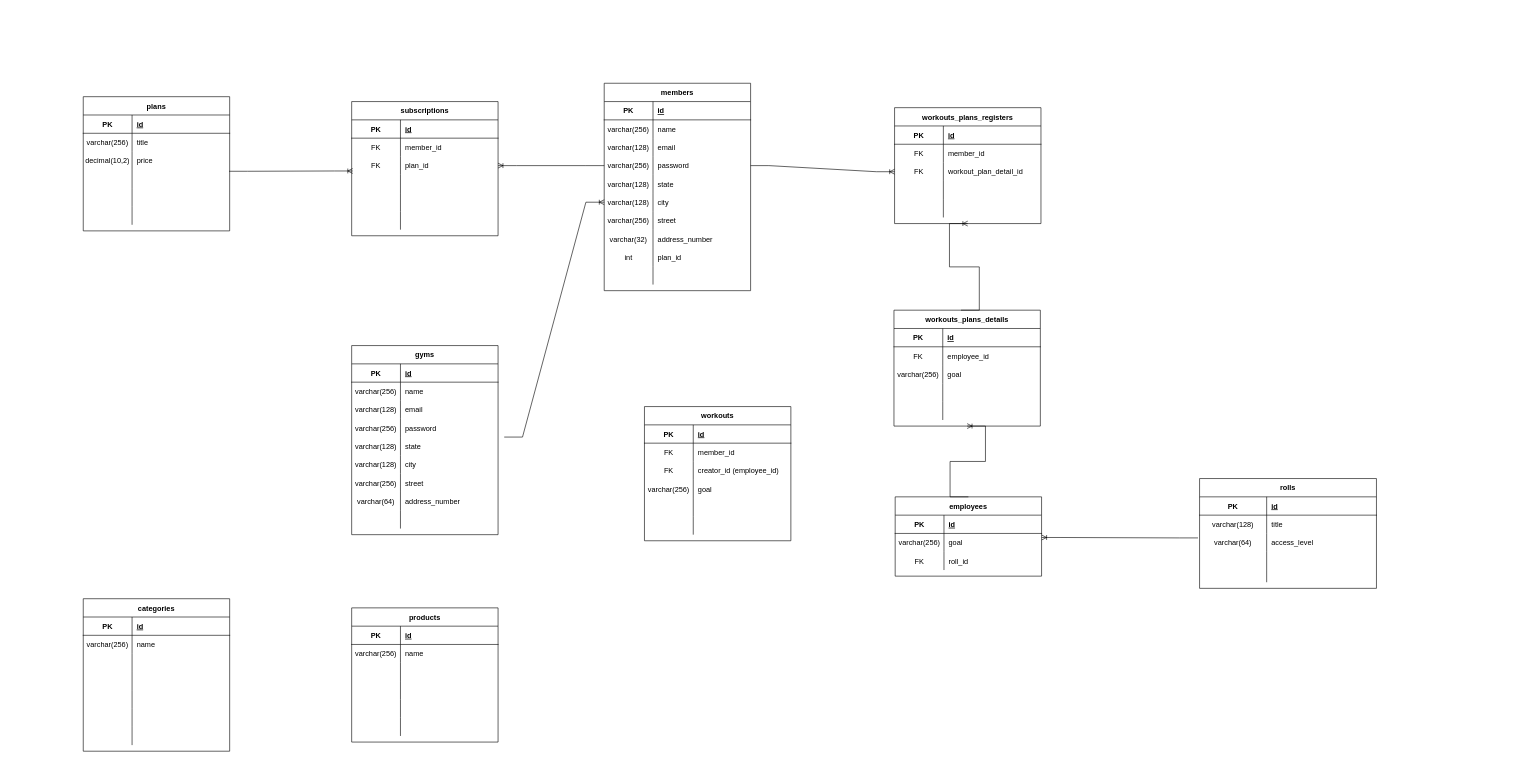
The draw.io diagram DER/der-draw-io.drawio in trainya-app/diagrams, before the edit. Source tidied: cells renumbered, new cells numbered last; positions are measured from the earlier drawing's top-left corner, leaving out a move shared by most shapes. Both pictures are drawn from the tidied source at 61%, with x=0, y=0 at pixel (83, 83).
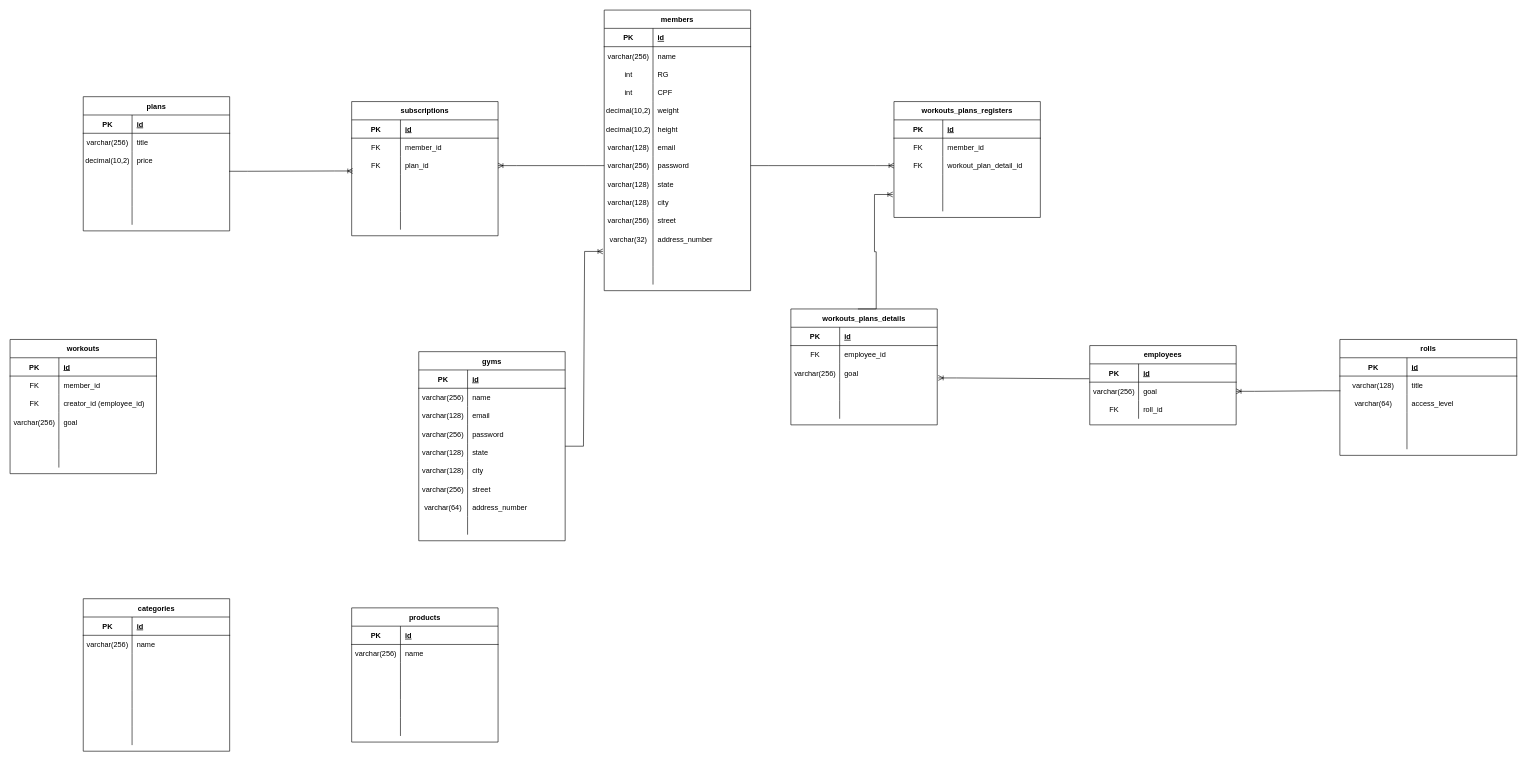
The same diagram, later.

The change refers to these unchanged cells:
```xml
<mxCell id="15" style="shape=tableRow;horizontal=0;startSize=0;swimlaneHead=0;swimlaneBody=0;fillColor=none;points=[[0,0.5],[1,0.5]];portConstraint=eastwest;top=0;left=0;right=0;bottom=0;" parent="2" vertex="1">
  <mxGeometry y="150" width="240" height="30" as="geometry" />
</mxCell>
<mxCell id="68" style="shape=tableRow;horizontal=0;startSize=0;swimlaneHead=0;swimlaneBody=0;fillColor=none;points=[[0,0.5],[1,0.5]];portConstraint=eastwest;top=0;left=0;right=0;bottom=0;" parent="61" vertex="1">
  <mxGeometry y="90" width="240" height="30" as="geometry" />
</mxCell>
<mxCell id="79" style="shape=tableRow;horizontal=0;startSize=0;swimlaneHead=0;swimlaneBody=0;fillColor=none;points=[[0,0.5],[1,0.5]];portConstraint=eastwest;top=0;left=0;right=0;bottom=1;" parent="78" vertex="1">
  <mxGeometry y="30" width="240" height="30" as="geometry" />
</mxCell>
<mxCell id="82" style="shape=tableRow;horizontal=0;startSize=0;swimlaneHead=0;swimlaneBody=0;fillColor=none;points=[[0,0.5],[1,0.5]];portConstraint=eastwest;top=0;left=0;right=0;bottom=0;" parent="78" vertex="1">
  <mxGeometry y="60" width="240" height="30" as="geometry" />
</mxCell>
<mxCell id="95" style="shape=tableRow;horizontal=0;startSize=0;swimlaneHead=0;swimlaneBody=0;fillColor=none;points=[[0,0.5],[1,0.5]];portConstraint=eastwest;top=0;left=0;right=0;bottom=0;" parent="88" vertex="1">
  <mxGeometry y="90" width="290" height="30" as="geometry" />
</mxCell>
<mxCell id="176" style="shape=tableRow;horizontal=0;startSize=0;swimlaneHead=0;swimlaneBody=0;fillColor=none;points=[[0,0.5],[1,0.5]];portConstraint=eastwest;top=0;left=0;right=0;bottom=0;" parent="163" vertex="1">
  <mxGeometry y="150" width="240" height="30" as="geometry" />
</mxCell>
```

The edit, as a diff of the source:
```diff
@@
     <mxCell id="2" value="gyms" style="shape=table;startSize=30;childLayout=tableLayout;rowLines=0;fontStyle=1;align=center;" parent="1" vertex="1">
-      <mxGeometry x="440" y="430" width="240" height="310" as="geometry" />
+      <mxGeometry x="550" y="440" width="240" height="310" as="geometry" />
     </mxCell>
@@
     <mxCell id="30" value="members" style="shape=table;startSize=30;childLayout=tableLayout;rowLines=0;fontStyle=1;align=center;" parent="1" vertex="1">
-      <mxGeometry x="854" width="240" height="340" as="geometry" />
+      <mxGeometry x="854" y="-120" width="240" height="460" as="geometry" />
     </mxCell>
@@
+    <mxCell id="224" style="shape=tableRow;horizontal=0;startSize=0;swimlaneHead=0;swimlaneBody=0;fillColor=none;top=0;left=0;right=0;bottom=0;" parent="30" vertex="1">
+      <mxGeometry y="90" width="240" height="30" as="geometry" />
+    </mxCell>
+    <mxCell id="225" value="int" style="shape=partialRectangle;fillColor=none;top=0;left=0;bottom=0;right=0;overflow=hidden;" parent="224" vertex="1">
+      <mxGeometry width="80" height="30" as="geometry" />
+    </mxCell>
+    <mxCell id="226" value="RG" style="shape=partialRectangle;fillColor=none;top=0;left=0;bottom=0;right=0;align=left;spacingLeft=6;overflow=hidden;" parent="224" vertex="1">
+      <mxGeometry x="80" width="160" height="30" as="geometry" />
+    </mxCell>
+    <mxCell id="227" style="shape=tableRow;horizontal=0;startSize=0;swimlaneHead=0;swimlaneBody=0;fillColor=none;top=0;left=0;right=0;bottom=0;" parent="30" vertex="1">
+      <mxGeometry y="120" width="240" height="30" as="geometry" />
+    </mxCell>
+    <mxCell id="228" value="int" style="shape=partialRectangle;fillColor=none;top=0;left=0;bottom=0;right=0;overflow=hidden;" parent="227" vertex="1">
+      <mxGeometry width="80" height="30" as="geometry" />
+    </mxCell>
+    <mxCell id="229" value="CPF" style="shape=partialRectangle;fillColor=none;top=0;left=0;bottom=0;right=0;align=left;spacingLeft=6;overflow=hidden;" parent="227" vertex="1">
+      <mxGeometry x="80" width="160" height="30" as="geometry" />
+    </mxCell>
+    <mxCell id="230" style="shape=tableRow;horizontal=0;startSize=0;swimlaneHead=0;swimlaneBody=0;fillColor=none;top=0;left=0;right=0;bottom=0;" parent="30" vertex="1">
+      <mxGeometry y="150" width="240" height="30" as="geometry" />
+    </mxCell>
+    <mxCell id="231" value="decimal(10,2)" style="shape=partialRectangle;fillColor=none;top=0;left=0;bottom=0;right=0;overflow=hidden;" parent="230" vertex="1">
+      <mxGeometry width="80" height="30" as="geometry" />
+    </mxCell>
+    <mxCell id="232" value="weight" style="shape=partialRectangle;fillColor=none;top=0;left=0;bottom=0;right=0;align=left;spacingLeft=6;overflow=hidden;" parent="230" vertex="1">
+      <mxGeometry x="80" width="160" height="30" as="geometry" />
+    </mxCell>
+    <mxCell id="233" style="shape=tableRow;horizontal=0;startSize=0;swimlaneHead=0;swimlaneBody=0;fillColor=none;top=0;left=0;right=0;bottom=0;" parent="30" vertex="1">
+      <mxGeometry y="180" width="240" height="30" as="geometry" />
+    </mxCell>
+    <mxCell id="234" value="decimal(10,2)" style="shape=partialRectangle;fillColor=none;top=0;left=0;bottom=0;right=0;overflow=hidden;" parent="233" vertex="1">
+      <mxGeometry width="80" height="30" as="geometry" />
+    </mxCell>
+    <mxCell id="235" value="height" style="shape=partialRectangle;fillColor=none;top=0;left=0;bottom=0;right=0;align=left;spacingLeft=6;overflow=hidden;" parent="233" vertex="1">
+      <mxGeometry x="80" width="160" height="30" as="geometry" />
+    </mxCell>
     <mxCell id="37" style="shape=tableRow;horizontal=0;startSize=0;swimlaneHead=0;swimlaneBody=0;fillColor=none;top=0;left=0;right=0;bottom=0;" parent="30" vertex="1">
-      <mxGeometry y="90" width="240" height="30" as="geometry" />
+      <mxGeometry y="210" width="240" height="30" as="geometry" />
     </mxCell>
@@
     <mxCell id="40" style="shape=tableRow;horizontal=0;startSize=0;swimlaneHead=0;swimlaneBody=0;fillColor=none;points=[[0,0.5],[1,0.5]];portConstraint=eastwest;top=0;left=0;right=0;bottom=0;" parent="30" vertex="1">
-      <mxGeometry y="120" width="240" height="30" as="geometry" />
+      <mxGeometry y="240" width="240" height="30" as="geometry" />
     </mxCell>
@@
     <mxCell id="43" style="shape=tableRow;horizontal=0;startSize=0;swimlaneHead=0;swimlaneBody=0;fillColor=none;top=0;left=0;right=0;bottom=0;" parent="30" vertex="1">
-      <mxGeometry y="150" width="240" height="30" as="geometry" />
+      <mxGeometry y="270" width="240" height="30" as="geometry" />
     </mxCell>
@@
     <mxCell id="46" style="shape=tableRow;horizontal=0;startSize=0;swimlaneHead=0;swimlaneBody=0;fillColor=none;points=[[0,0.5],[1,0.5]];portConstraint=eastwest;top=0;left=0;right=0;bottom=0;" parent="30" vertex="1">
-      <mxGeometry y="180" width="240" height="30" as="geometry" />
+      <mxGeometry y="300" width="240" height="30" as="geometry" />
     </mxCell>
@@
     <mxCell id="49" style="shape=tableRow;horizontal=0;startSize=0;swimlaneHead=0;swimlaneBody=0;fillColor=none;top=0;left=0;right=0;bottom=0;" parent="30" vertex="1">
-      <mxGeometry y="210" width="240" height="30" as="geometry" />
+      <mxGeometry y="330" width="240" height="30" as="geometry" />
     </mxCell>
@@
     <mxCell id="52" style="shape=tableRow;horizontal=0;startSize=0;swimlaneHead=0;swimlaneBody=0;fillColor=none;top=0;left=0;right=0;bottom=0;" parent="30" vertex="1">
-      <mxGeometry y="240" width="240" height="30" as="geometry" />
+      <mxGeometry y="360" width="240" height="30" as="geometry" />
     </mxCell>
@@
     <mxCell id="55" style="shape=tableRow;horizontal=0;startSize=0;swimlaneHead=0;swimlaneBody=0;fillColor=none;points=[[0,0.5],[1,0.5]];portConstraint=eastwest;top=0;left=0;right=0;bottom=0;" parent="30" vertex="1">
-      <mxGeometry y="270" width="240" height="30" as="geometry" />
+      <mxGeometry y="390" width="240" height="30" as="geometry" />
     </mxCell>
-    <mxCell id="56" value="int" style="shape=partialRectangle;fillColor=none;top=0;left=0;bottom=0;right=0;overflow=hidden;" parent="55" vertex="1">
+    <mxCell id="56" style="shape=partialRectangle;fillColor=none;top=0;left=0;bottom=0;right=0;overflow=hidden;" parent="55" vertex="1">
       <mxGeometry width="80" height="30" as="geometry" />
     </mxCell>
-    <mxCell id="57" value="plan_id" style="shape=partialRectangle;fillColor=none;top=0;left=0;bottom=0;right=0;align=left;spacingLeft=6;overflow=hidden;" parent="55" vertex="1">
+    <mxCell id="57" style="shape=partialRectangle;fillColor=none;top=0;left=0;bottom=0;right=0;align=left;spacingLeft=6;overflow=hidden;" parent="55" vertex="1">
       <mxGeometry x="80" width="160" height="30" as="geometry" />
     </mxCell>
     <mxCell id="58" style="shape=tableRow;horizontal=0;startSize=0;swimlaneHead=0;swimlaneBody=0;fillColor=none;top=0;left=0;right=0;bottom=0;" parent="30" vertex="1">
-      <mxGeometry y="300" width="240" height="30" as="geometry" />
+      <mxGeometry y="420" width="240" height="30" as="geometry" />
     </mxCell>
@@
     <mxCell id="61" value="workouts_plans_details" style="shape=table;startSize=30;childLayout=tableLayout;rowLines=0;fontStyle=1;align=center;" parent="1" vertex="1">
-      <mxGeometry x="1329" y="372" width="240" height="190" as="geometry" />
+      <mxGeometry x="1160" y="370" width="240" height="190" as="geometry" />
     </mxCell>
@@
-    <mxCell id="77" style="edgeStyle=entityRelationEdgeStyle;fontSize=12;html=1;endArrow=ERoneToMany;rounded=0;fontFamily=Helvetica;fontColor=default;exitX=1.042;exitY=0;exitDx=0;exitDy=0;entryX=0;entryY=0.5;entryDx=0;entryDy=0;exitPerimeter=0;" parent="1" edge="1" source="15" target="46">
-      <mxGeometry relative="1" as="geometry" />
-    </mxCell>
     <mxCell id="78" value="employees" style="shape=table;startSize=30;childLayout=tableLayout;rowLines=0;fontStyle=1;align=center;" parent="1" vertex="1">
-      <mxGeometry x="1331" y="678" width="240" height="130" as="geometry" />
+      <mxGeometry x="1650" y="430" width="240" height="130" as="geometry" />
     </mxCell>
@@
     <mxCell id="88" value="rolls" style="shape=table;startSize=30;childLayout=tableLayout;rowLines=0;fontStyle=1;align=center;" parent="1" vertex="1">
-      <mxGeometry x="1830" y="648" width="290" height="180" as="geometry" />
+      <mxGeometry x="2060" y="420" width="290" height="190" as="geometry" />
     </mxCell>
@@
     <mxCell id="101" style="shape=tableRow;horizontal=0;startSize=0;swimlaneHead=0;swimlaneBody=0;fillColor=none;top=0;left=0;right=0;bottom=0;" parent="88" vertex="1">
-      <mxGeometry y="150" width="290" height="20" as="geometry" />
+      <mxGeometry y="150" width="290" height="30" as="geometry" />
     </mxCell>
     <mxCell id="102" style="shape=partialRectangle;fillColor=none;top=0;left=0;bottom=0;right=0;overflow=hidden;" parent="101" vertex="1">
-      <mxGeometry width="110" height="20" as="geometry" />
+      <mxGeometry width="110" height="30" as="geometry" />
     </mxCell>
     <mxCell id="103" style="shape=partialRectangle;fillColor=none;top=0;left=0;bottom=0;right=0;align=left;spacingLeft=6;overflow=hidden;" parent="101" vertex="1">
-      <mxGeometry x="110" width="180" height="20" as="geometry" />
+      <mxGeometry x="110" width="180" height="30" as="geometry" />
     </mxCell>
     <mxCell id="104" value="workouts" style="shape=table;startSize=30;childLayout=tableLayout;rowLines=0;fontStyle=1;align=center;" parent="1" vertex="1">
-      <mxGeometry x="920" y="530" width="240" height="220" as="geometry" />
+      <mxGeometry x="-120" y="420" width="240" height="220" as="geometry" />
     </mxCell>
@@
     <mxCell id="163" value="workouts_plans_registers" style="shape=table;startSize=30;childLayout=tableLayout;rowLines=0;fontStyle=1;align=center;" parent="1" vertex="1">
-      <mxGeometry x="1330" y="40" width="240" height="190" as="geometry" />
+      <mxGeometry x="1329" y="30" width="240" height="190" as="geometry" />
     </mxCell>
@@
-    <mxCell id="180" style="edgeStyle=entityRelationEdgeStyle;fontSize=12;html=1;endArrow=ERoneToMany;rounded=0;exitX=0.458;exitY=0;exitDx=0;exitDy=0;exitPerimeter=0;entryX=0.5;entryY=1;entryDx=0;entryDy=0;" parent="1" edge="1" source="61" target="163">
+    <mxCell id="180" style="edgeStyle=entityRelationEdgeStyle;fontSize=12;html=1;endArrow=ERoneToMany;rounded=0;exitX=0.458;exitY=0;exitDx=0;exitDy=0;exitPerimeter=0;entryX=-0.008;entryY=0.078;entryDx=0;entryDy=0;entryPerimeter=0;" parent="1" edge="1" source="61" target="176">
       <mxGeometry relative="1" as="geometry" />
     </mxCell>
-    <mxCell id="181" style="edgeStyle=entityRelationEdgeStyle;fontSize=12;html=1;endArrow=ERoneToMany;rounded=0;exitX=0.5;exitY=0;exitDx=0;exitDy=0;entryX=0.5;entryY=1;entryDx=0;entryDy=0;" parent="1" edge="1" source="78" target="61">
+    <mxCell id="181" style="edgeStyle=entityRelationEdgeStyle;fontSize=12;html=1;endArrow=ERoneToMany;rounded=0;exitX=-0.003;exitY=0.811;exitDx=0;exitDy=0;entryX=1.007;entryY=0.769;entryDx=0;entryDy=0;entryPerimeter=0;exitPerimeter=0;" parent="1" edge="1" source="79" target="68">
       <mxGeometry relative="1" as="geometry" />
     </mxCell>
-    <mxCell id="182" style="edgeStyle=entityRelationEdgeStyle;fontSize=12;html=1;endArrow=ERoneToMany;rounded=0;exitX=-0.009;exitY=0.244;exitDx=0;exitDy=0;entryX=1.001;entryY=0.221;entryDx=0;entryDy=0;exitPerimeter=0;entryPerimeter=0;" parent="1" edge="1" source="95" target="82">
+    <mxCell id="182" style="edgeStyle=entityRelationEdgeStyle;fontSize=12;html=1;endArrow=ERoneToMany;rounded=0;entryX=1;entryY=0.5;entryDx=0;entryDy=0;exitX=0.003;exitY=-0.195;exitDx=0;exitDy=0;exitPerimeter=0;" parent="1" edge="1" source="95" target="82">
       <mxGeometry relative="1" as="geometry" />
     </mxCell>
@@
+    <mxCell id="236" style="edgeStyle=entityRelationEdgeStyle;fontSize=12;html=1;endArrow=ERoneToMany;rounded=0;entryX=-0.009;entryY=0.189;entryDx=0;entryDy=0;entryPerimeter=0;" parent="1" edge="1" source="2" target="55">
+      <mxGeometry relative="1" as="geometry" />
+    </mxCell>
```
